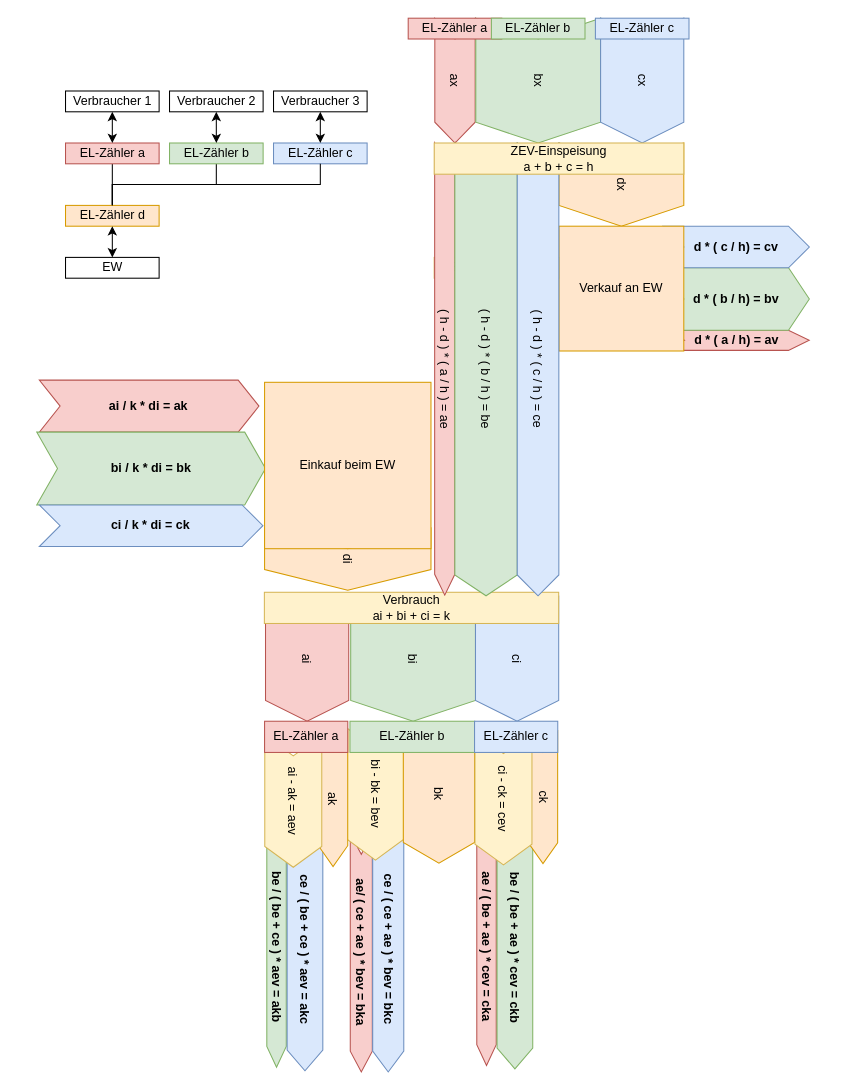
SamHi247/OpenZEV keeps this draw.io diagram as Doc/ZEV-Energierechnung.drawio. Above is the earlier version. Source tidied: cells renumbered, new cells numbered last; positions are measured from the earlier drawing's top-left corner, leaving out a move shared by most shapes. Both pictures are drawn from the tidied source at 104%, with x=0, y=0 at pixel (36, 18).
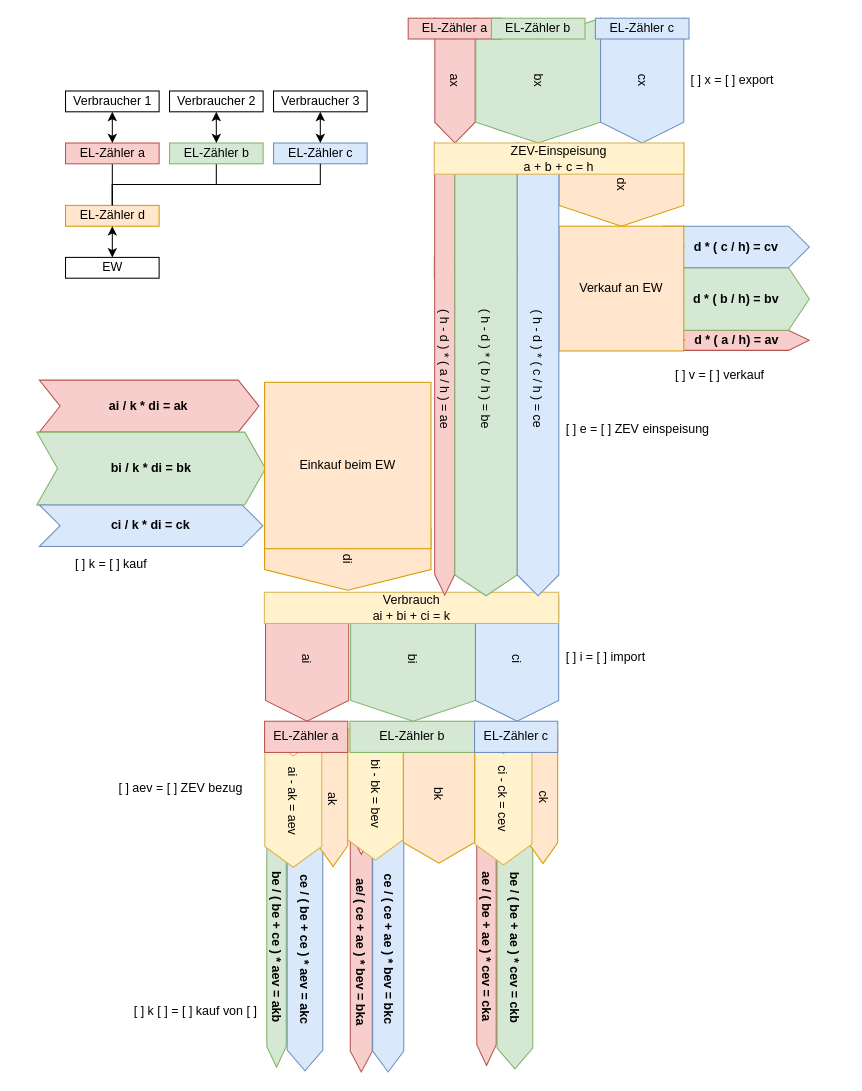
Above is the later version.

What changed in the source:
```diff
@@
+    <mxCell id="57" value="[ ] x = [ ] export" style="text;html=1;align=left;verticalAlign=middle;whiteSpace=wrap;rounded=0;" parent="1" vertex="1">
+      <mxGeometry x="627" y="45" width="150" height="30" as="geometry" />
+    </mxCell>
+    <mxCell id="58" value="[ ] v = [ ] verkauf" style="text;html=1;align=left;verticalAlign=middle;whiteSpace=wrap;rounded=0;" parent="1" vertex="1">
+      <mxGeometry x="612" y="327.7" width="150" height="30" as="geometry" />
+    </mxCell>
+    <mxCell id="59" value="[ ] e = [ ] ZEV einspeisung" style="text;html=1;align=left;verticalAlign=middle;whiteSpace=wrap;rounded=0;" parent="1" vertex="1">
+      <mxGeometry x="507" y="380" width="150" height="30" as="geometry" />
+    </mxCell>
+    <mxCell id="60" value="[ ] k = [ ] kauf" style="text;html=1;align=left;verticalAlign=middle;whiteSpace=wrap;rounded=0;" parent="1" vertex="1">
+      <mxGeometry x="34.8" y="510.1" width="150" height="30" as="geometry" />
+    </mxCell>
+    <mxCell id="61" value="[ ] i = [ ] import" style="text;html=1;align=left;verticalAlign=middle;whiteSpace=wrap;rounded=0;" parent="1" vertex="1">
+      <mxGeometry x="507" y="600.1" width="150" height="30" as="geometry" />
+    </mxCell>
+    <mxCell id="62" value="[ ] aev = [ ] ZEV bezug" style="text;html=1;align=right;verticalAlign=middle;whiteSpace=wrap;rounded=0;" parent="1" vertex="1">
+      <mxGeometry x="49.8" y="725.5" width="150" height="30" as="geometry" />
+    </mxCell>
+    <mxCell id="63" value="[ ] k [ ] = [ ] kauf von [ ]" style="text;html=1;align=right;verticalAlign=middle;whiteSpace=wrap;rounded=0;" parent="1" vertex="1">
+      <mxGeometry x="-18" y="940" width="231.5" height="30" as="geometry" />
+    </mxCell>
```
